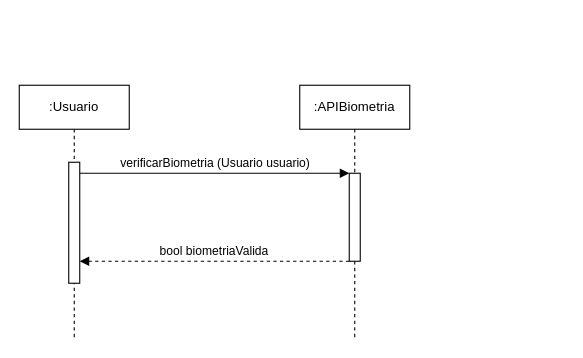
This is diagrama_sequencia/Diagrama_Sequencia_UC01.drawio from gb-cs-rt/home_broker, a draw.io file, before an edit. Source tidied: cells renumbered, new cells numbered last; positions are measured from the earlier drawing's top-left corner, leaving out a move shared by most shapes. Both pictures are drawn from the tidied source at 110%, with x=0, y=0 at pixel (19, 85).
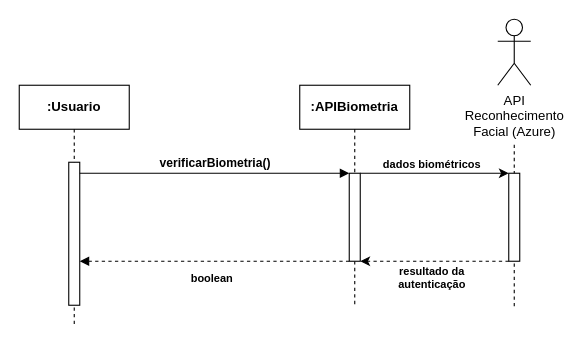
The same page after the edit.

Commit message (it also covers changes not shown here):
new class diagram

Unchanged cells that the change refers to:
```xml
<mxCell id="5" style="html=1;points=[];perimeter=orthogonalPerimeter;outlineConnect=0;targetShapes=umlLifeline;portConstraint=eastwest;newEdgeStyle={&quot;edgeStyle&quot;:&quot;elbowEdgeStyle&quot;,&quot;elbow&quot;:&quot;vertical&quot;,&quot;curved&quot;:0,&quot;rounded&quot;:0};" parent="4" vertex="1">
  <mxGeometry x="45" y="80" width="10" height="80" as="geometry" />
</mxCell>
```

Change to the diagram source:
```diff
@@
+    <mxCell id="8" style="endArrow=none;dashed=1;html=1;rounded=0;" parent="1" edge="1">
+      <mxGeometry relative="1" as="geometry">
+        <mxPoint x="450" y="201" as="sourcePoint" />
+        <mxPoint x="450" y="51" as="targetPoint" />
+      </mxGeometry>
+    </mxCell>
-    <mxCell id="2" value=":Usuario" style="shape=umlLifeline;perimeter=lifelinePerimeter;whiteSpace=wrap;html=1;newEdgeStyle={&quot;edgeStyle&quot;:&quot;elbowEdgeStyle&quot;,&quot;elbow&quot;:&quot;vertical&quot;,&quot;curved&quot;:0,&quot;rounded&quot;:0};" parent="1" vertex="1">
-      <mxGeometry width="100" height="230" as="geometry" />
+    <mxCell id="2" value="&lt;b&gt;:Usuario&lt;/b&gt;" style="shape=umlLifeline;perimeter=lifelinePerimeter;whiteSpace=wrap;html=1;newEdgeStyle={&quot;edgeStyle&quot;:&quot;elbowEdgeStyle&quot;,&quot;elbow&quot;:&quot;vertical&quot;,&quot;curved&quot;:0,&quot;rounded&quot;:0};" parent="1" vertex="1">
+      <mxGeometry width="100" height="220" as="geometry" />
     </mxCell>
     <mxCell id="3" style="html=1;points=[];perimeter=orthogonalPerimeter;outlineConnect=0;targetShapes=umlLifeline;portConstraint=eastwest;newEdgeStyle={&quot;edgeStyle&quot;:&quot;elbowEdgeStyle&quot;,&quot;elbow&quot;:&quot;vertical&quot;,&quot;curved&quot;:0,&quot;rounded&quot;:0};" parent="2" vertex="1">
-      <mxGeometry x="45" y="70" width="10" height="110" as="geometry" />
+      <mxGeometry x="45" y="70" width="10" height="130" as="geometry" />
     </mxCell>
-    <mxCell id="4" value=":APIBiometria" style="shape=umlLifeline;perimeter=lifelinePerimeter;whiteSpace=wrap;html=1;newEdgeStyle={&quot;edgeStyle&quot;:&quot;elbowEdgeStyle&quot;,&quot;elbow&quot;:&quot;vertical&quot;,&quot;curved&quot;:0,&quot;rounded&quot;:0};" parent="1" vertex="1">
-      <mxGeometry x="255" width="100" height="230" as="geometry" />
+    <mxCell id="4" value="&lt;b&gt;:APIBiometria&lt;/b&gt;" style="shape=umlLifeline;perimeter=lifelinePerimeter;whiteSpace=wrap;html=1;newEdgeStyle={&quot;edgeStyle&quot;:&quot;elbowEdgeStyle&quot;,&quot;elbow&quot;:&quot;vertical&quot;,&quot;curved&quot;:0,&quot;rounded&quot;:0};" parent="1" vertex="1">
+      <mxGeometry x="255" width="100" height="200" as="geometry" />
     </mxCell>
@@
-    <mxCell id="6" value="verificarBiometria (Usuario usuario)" style="html=1;verticalAlign=bottom;endArrow=block;edgeStyle=elbowEdgeStyle;elbow=vertical;curved=0;rounded=0;" parent="1" edge="1" source="3" target="5">
+    <mxCell id="6" value="&lt;b&gt;verificarBiometria()&lt;/b&gt;" style="html=1;verticalAlign=bottom;endArrow=block;edgeStyle=elbowEdgeStyle;elbow=vertical;curved=0;rounded=0;" parent="1" edge="1" source="3" target="5">
       <mxGeometry relative="1" as="geometry">
         <Array as="points">
           <mxPoint x="140" y="80" />
         </Array>
       </mxGeometry>
     </mxCell>
-    <mxCell id="7" value="bool biometriaValida" style="html=1;verticalAlign=bottom;endArrow=block;edgeStyle=elbowEdgeStyle;elbow=vertical;curved=0;rounded=0;dashed=1;" parent="1" edge="1">
+    <mxCell id="7" style="html=1;verticalAlign=bottom;endArrow=block;edgeStyle=elbowEdgeStyle;elbow=vertical;curved=0;rounded=0;dashed=1;" parent="1" edge="1">
       <mxGeometry relative="1" as="geometry">
         <mxPoint x="300" y="160" as="sourcePoint" />
         <mxPoint x="55" y="160" as="targetPoint" />
         <Array as="points">
           <mxPoint x="148" y="160" />
         </Array>
       </mxGeometry>
     </mxCell>
+    <mxCell id="9" value="API&lt;div&gt;Reconhecimento&lt;/div&gt;&lt;div&gt;Facial (Azure)&lt;/div&gt;" style="shape=umlActor;verticalLabelPosition=bottom;verticalAlign=top;html=1;" parent="1" vertex="1">
+      <mxGeometry x="435" y="-60" width="30" height="60" as="geometry" />
+    </mxCell>
+    <mxCell id="10" style="rounded=0;whiteSpace=wrap;html=1;" parent="1" vertex="1">
+      <mxGeometry x="445" y="80" width="10" height="80" as="geometry" />
+    </mxCell>
+    <mxCell id="11" style="endArrow=classic;html=1;rounded=0;entryX=0;entryY=0;entryDx=0;entryDy=0;" parent="1" edge="1" source="5" target="10">
+      <mxGeometry relative="1" as="geometry" />
+    </mxCell>
+    <mxCell id="12" style="endArrow=classic;html=1;rounded=0;exitX=0;exitY=1;exitDx=0;exitDy=0;dashed=1;" parent="1" edge="1" source="10" target="5">
+      <mxGeometry relative="1" as="geometry" />
+    </mxCell>
+    <mxCell id="13" value="dados biométricos" style="text;html=1;align=center;verticalAlign=middle;strokeColor=none;fillColor=none;fontSize=10;fontStyle=1;" parent="1" vertex="1">
+      <mxGeometry x="325" y="57" width="100" height="30" as="geometry" />
+    </mxCell>
+    <mxCell id="14" value="resultado da&lt;div style=&quot;font-size: 10px;&quot;&gt;autenticação&lt;/div&gt;" style="text;html=1;align=center;verticalAlign=middle;strokeColor=none;fillColor=none;fontSize=10;fontStyle=1;" parent="1" vertex="1">
+      <mxGeometry x="335" y="155" width="80" height="40" as="geometry" />
+    </mxCell>
+    <mxCell id="15" value="boolean" style="text;html=1;align=center;verticalAlign=middle;strokeColor=none;fillColor=none;fontSize=10;fontStyle=1;" parent="1" vertex="1">
+      <mxGeometry x="145" y="160" width="60" height="30" as="geometry" />
+    </mxCell>
```
